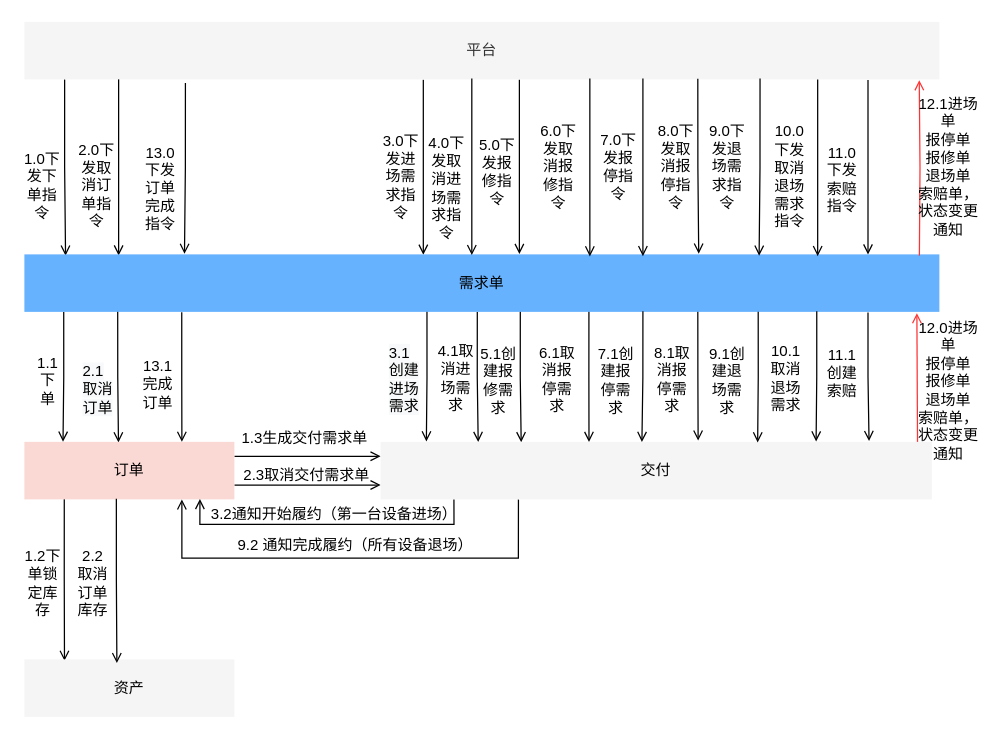
This is page "Copy of Page-29" (33 of 36) of docs/自营重构.drawio from lokiworks/codebase, a draw.io file, before an edit. Source tidied: cells renumbered, new cells numbered last; positions are measured from the earlier drawing's top-left corner, leaving out a move shared by most shapes. Both pictures are drawn from the tidied source at 125%, with x=0, y=0 at pixel (21, 21).
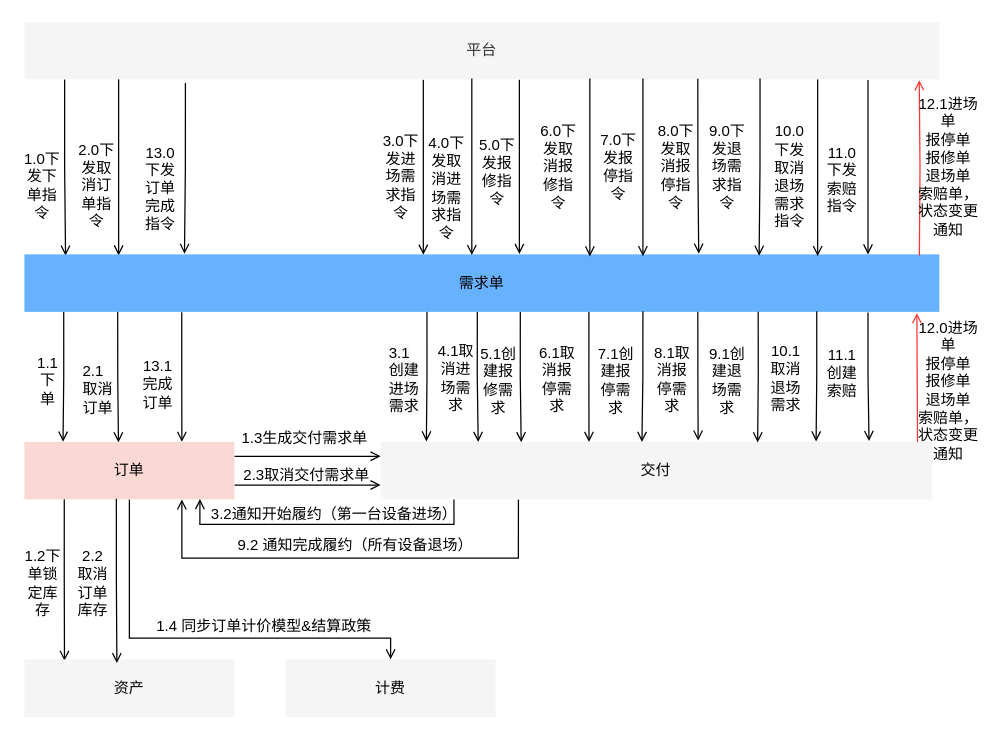
The same diagram, later.

The change refers to these unchanged cells:
```xml
<mxCell id="17" value="&lt;font color=&quot;#000000&quot;&gt;订单&lt;/font&gt;" style="rounded=0;whiteSpace=wrap;html=1;strokeColor=none;fillColor=#fad9d5;" parent="1" vertex="1">
  <mxGeometry x="2" y="336" width="168" height="46" as="geometry" />
</mxCell>
```

What changed in the source:
```diff
@@
+    <mxCell id="71" style="edgeStyle=orthogonalEdgeStyle;rounded=0;jettySize=auto;html=1;exitX=0.5;exitY=1;exitDx=0;exitDy=0;entryX=0.5;entryY=0;entryDx=0;entryDy=0;fontColor=#000000;startArrow=none;startFill=0;endArrow=open;endFill=0;strokeColor=#000000;" parent="1" edge="1" source="17" target="72">
+      <mxGeometry relative="1" as="geometry">
+        <Array as="points">
+          <mxPoint x="86" y="493" />
+          <mxPoint x="295" y="493" />
+        </Array>
+      </mxGeometry>
+    </mxCell>
@@
+    <mxCell id="72" value="&lt;font color=&quot;#000000&quot;&gt;计费&lt;/font&gt;" style="rounded=0;whiteSpace=wrap;html=1;strokeColor=none;fillColor=#f5f5f5;fontColor=#333333;" parent="1" vertex="1">
+      <mxGeometry x="211" y="510" width="168" height="46" as="geometry" />
+    </mxCell>
+    <mxCell id="73" value="1.4 同步订单计价模型&amp;amp;结算政策" style="text;html=1;strokeColor=none;fillColor=none;align=center;verticalAlign=middle;whiteSpace=wrap;rounded=0;fontColor=#000000;" parent="1" vertex="1">
+      <mxGeometry x="94" y="475" width="200" height="17" as="geometry" />
+    </mxCell>
```
